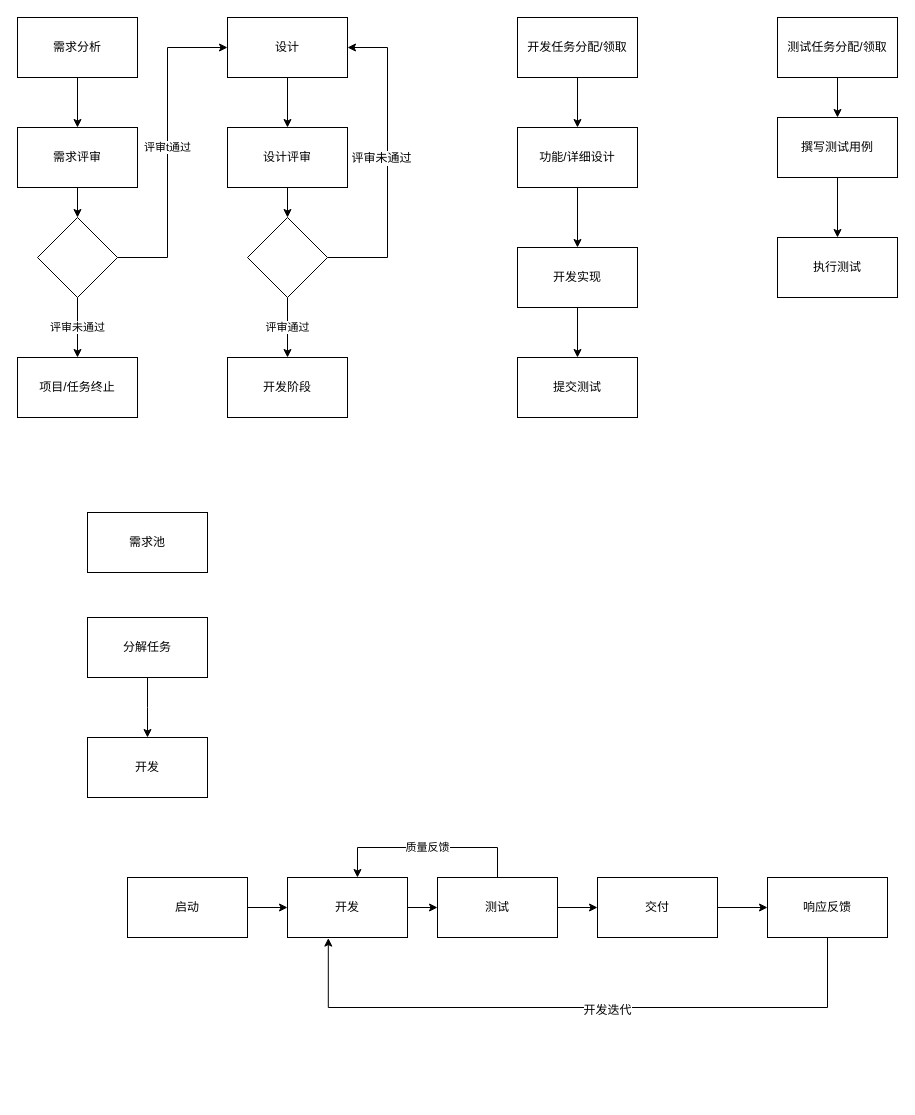
Earlier version of the draw.io diagram page "总体流程" (1 of 6) of 开发制度关键流程.drawio (mashifei/uml). Source tidied: cells renumbered, new cells numbered last; positions are measured from the earlier drawing's top-left corner, leaving out a move shared by most shapes. Both pictures are drawn from the tidied source at 100%, with x=0, y=0 at pixel (17, 17).
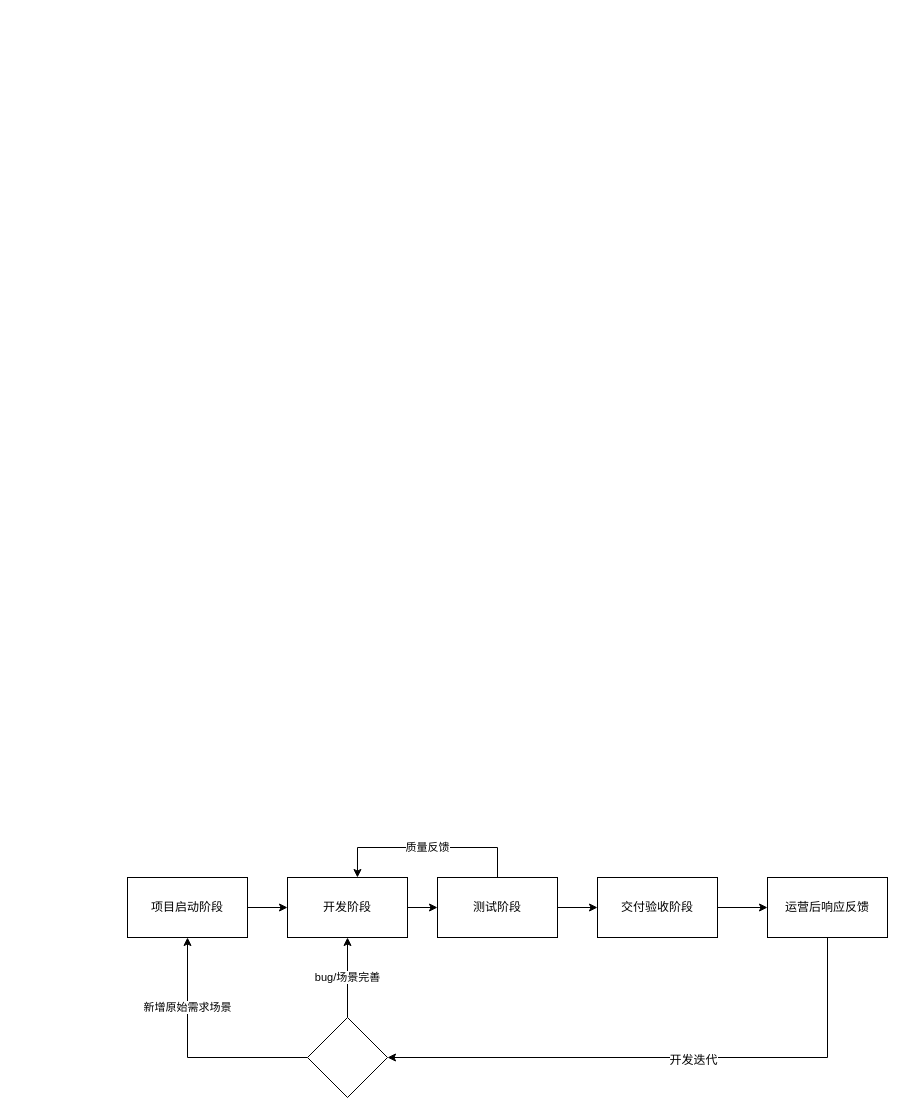
The same page after the edit.

Commit message (it also covers changes not shown here):
Update 开发制度关键流程.drawio

Change to the diagram source:
```diff
@@
-    <mxCell id="2" style="edgeStyle=orthogonalEdgeStyle;rounded=0;jettySize=auto;html=1;entryX=0.5;entryY=0;entryDx=0;entryDy=0;" parent="1" edge="1" source="3" target="13">
-      <mxGeometry relative="1" as="geometry" />
-    </mxCell>
-    <mxCell id="3" value="需求分析" style="rounded=0;whiteSpace=wrap;html=1;" parent="1" vertex="1">
-      <mxGeometry width="120" height="60" as="geometry" />
-    </mxCell>
-    <mxCell id="4" style="edgeStyle=orthogonalEdgeStyle;rounded=0;jettySize=auto;html=1;entryX=0.5;entryY=0;entryDx=0;entryDy=0;" parent="1" edge="1" source="5" target="7">
-      <mxGeometry relative="1" as="geometry" />
-    </mxCell>
-    <mxCell id="5" value="设计" style="rounded=0;whiteSpace=wrap;html=1;" parent="1" vertex="1">
-      <mxGeometry x="210" width="120" height="60" as="geometry" />
-    </mxCell>
-    <mxCell id="6" style="edgeStyle=orthogonalEdgeStyle;rounded=0;jettySize=auto;html=1;" parent="1" edge="1" source="7" target="11">
-      <mxGeometry relative="1" as="geometry" />
-    </mxCell>
-    <mxCell id="7" value="设计评审" style="rounded=0;whiteSpace=wrap;html=1;" parent="1" vertex="1">
-      <mxGeometry x="210" y="110" width="120" height="60" as="geometry" />
-    </mxCell>
-    <mxCell id="8" style="edgeStyle=orthogonalEdgeStyle;rounded=0;jettySize=auto;html=1;entryX=1;entryY=0.5;entryDx=0;entryDy=0;exitX=1;exitY=0.5;exitDx=0;exitDy=0;" parent="1" edge="1" source="11" target="5">
+    <mxCell id="8" style="edgeStyle=orthogonalEdgeStyle;rounded=0;orthogonalLoop=1;jettySize=auto;html=1;entryX=1;entryY=0.5;entryDx=0;entryDy=0;exitX=1;exitY=0.5;exitDx=0;exitDy=0;" parent="1" edge="1">
       <mxGeometry relative="1" as="geometry">
+        <mxPoint x="490" y="1215" as="sourcePoint" />
         <Array as="points">
-          <mxPoint x="370" y="240" />
-          <mxPoint x="370" y="30" />
+          <mxPoint x="550" y="1215" />
+          <mxPoint x="550" y="800" />
         </Array>
       </mxGeometry>
     </mxCell>
@@
-    <mxCell id="10" value="评审通过" style="edgeStyle=orthogonalEdgeStyle;rounded=0;jettySize=auto;html=1;entryX=0.5;entryY=0;entryDx=0;entryDy=0;" parent="1" edge="1" source="11" target="17">
-      <mxGeometry relative="1" as="geometry" />
-    </mxCell>
-    <mxCell id="11" style="rhombus;whiteSpace=wrap;html=1;" parent="1" vertex="1">
-      <mxGeometry x="230" y="200" width="80" height="80" as="geometry" />
-    </mxCell>
-    <mxCell id="12" style="edgeStyle=orthogonalEdgeStyle;rounded=0;jettySize=auto;html=1;" parent="1" edge="1" source="13" target="16">
-      <mxGeometry relative="1" as="geometry" />
-    </mxCell>
-    <mxCell id="13" value="需求评审" style="rounded=0;whiteSpace=wrap;html=1;" parent="1" vertex="1">
-      <mxGeometry y="110" width="120" height="60" as="geometry" />
-    </mxCell>
-    <mxCell id="14" value="评审未通过" style="edgeStyle=orthogonalEdgeStyle;rounded=0;jettySize=auto;html=1;entryX=0.5;entryY=0;entryDx=0;entryDy=0;" parent="1" edge="1" source="16" target="20">
-      <mxGeometry relative="1" as="geometry" />
-    </mxCell>
-    <mxCell id="15" value="评审t通过" style="edgeStyle=orthogonalEdgeStyle;rounded=0;jettySize=auto;html=1;entryX=0;entryY=0.5;entryDx=0;entryDy=0;" parent="1" edge="1" source="16" target="5">
-      <mxGeometry relative="1" as="geometry">
-        <Array as="points">
-          <mxPoint x="150" y="240" />
-          <mxPoint x="150" y="30" />
-        </Array>
-      </mxGeometry>
-    </mxCell>
-    <mxCell id="16" style="rhombus;whiteSpace=wrap;html=1;" parent="1" vertex="1">
-      <mxGeometry x="20" y="200" width="80" height="80" as="geometry" />
-    </mxCell>
-    <mxCell id="17" value="开发阶段" style="rounded=0;whiteSpace=wrap;html=1;" parent="1" vertex="1">
-      <mxGeometry x="210" y="340" width="120" height="60" as="geometry" />
-    </mxCell>
-    <mxCell id="18" style="edgeStyle=orthogonalEdgeStyle;rounded=0;jettySize=auto;html=1;entryX=0.5;entryY=0;entryDx=0;entryDy=0;" parent="1" edge="1" source="19" target="22">
-      <mxGeometry relative="1" as="geometry" />
-    </mxCell>
-    <mxCell id="19" value="开发任务分配/领取" style="rounded=0;whiteSpace=wrap;html=1;" parent="1" vertex="1">
-      <mxGeometry x="500" width="120" height="60" as="geometry" />
-    </mxCell>
-    <mxCell id="20" value="项目/任务终止" style="rounded=0;whiteSpace=wrap;html=1;" parent="1" vertex="1">
-      <mxGeometry y="340" width="120" height="60" as="geometry" />
-    </mxCell>
-    <mxCell id="21" style="edgeStyle=orthogonalEdgeStyle;rounded=0;jettySize=auto;html=1;entryX=0.5;entryY=0;entryDx=0;entryDy=0;" parent="1" edge="1" source="22" target="24">
-      <mxGeometry relative="1" as="geometry" />
-    </mxCell>
-    <mxCell id="22" value="功能/详细设计" style="rounded=0;whiteSpace=wrap;html=1;" parent="1" vertex="1">
-      <mxGeometry x="500" y="110" width="120" height="60" as="geometry" />
-    </mxCell>
-    <mxCell id="23" style="edgeStyle=orthogonalEdgeStyle;rounded=0;jettySize=auto;html=1;entryX=0.5;entryY=0;entryDx=0;entryDy=0;" parent="1" edge="1" source="24" target="25">
-      <mxGeometry relative="1" as="geometry" />
-    </mxCell>
-    <mxCell id="24" value="开发实现" style="rounded=0;whiteSpace=wrap;html=1;" parent="1" vertex="1">
-      <mxGeometry x="500" y="230" width="120" height="60" as="geometry" />
-    </mxCell>
-    <mxCell id="25" value="提交测试" style="rounded=0;whiteSpace=wrap;html=1;" parent="1" vertex="1">
-      <mxGeometry x="500" y="340" width="120" height="60" as="geometry" />
-    </mxCell>
-    <mxCell id="26" style="edgeStyle=orthogonalEdgeStyle;rounded=0;jettySize=auto;html=1;entryX=0.5;entryY=0;entryDx=0;entryDy=0;" parent="1" edge="1" source="27" target="29">
-      <mxGeometry relative="1" as="geometry" />
-    </mxCell>
-    <mxCell id="27" value="测试任务分配/领取" style="rounded=0;whiteSpace=wrap;html=1;" parent="1" vertex="1">
-      <mxGeometry x="760" width="120" height="60" as="geometry" />
-    </mxCell>
-    <mxCell id="28" style="edgeStyle=orthogonalEdgeStyle;rounded=0;jettySize=auto;html=1;entryX=0.5;entryY=0;entryDx=0;entryDy=0;" parent="1" edge="1" source="29" target="30">
-      <mxGeometry relative="1" as="geometry" />
-    </mxCell>
-    <mxCell id="29" value="撰写测试用例" style="rounded=0;whiteSpace=wrap;html=1;" parent="1" vertex="1">
-      <mxGeometry x="760" y="100" width="120" height="60" as="geometry" />
-    </mxCell>
-    <mxCell id="30" value="执行测试" style="rounded=0;whiteSpace=wrap;html=1;" parent="1" vertex="1">
-      <mxGeometry x="760" y="220" width="120" height="60" as="geometry" />
-    </mxCell>
-    <mxCell id="31" style="edgeStyle=orthogonalEdgeStyle;rounded=0;jettySize=auto;html=1;" parent="1" edge="1" source="32">
-      <mxGeometry relative="1" as="geometry">
-        <mxPoint x="130" y="720" as="targetPoint" />
-      </mxGeometry>
-    </mxCell>
-    <mxCell id="32" value="分解任务" style="rounded=0;whiteSpace=wrap;html=1;" parent="1" vertex="1">
-      <mxGeometry x="70" y="600" width="120" height="60" as="geometry" />
-    </mxCell>
-    <mxCell id="33" value="开发" style="rounded=0;whiteSpace=wrap;html=1;" parent="1" vertex="1">
-      <mxGeometry x="70" y="720" width="120" height="60" as="geometry" />
-    </mxCell>
-    <mxCell id="34" value="需求池" style="rounded=0;whiteSpace=wrap;html=1;" parent="1" vertex="1">
-      <mxGeometry x="70" y="495" width="120" height="60" as="geometry" />
-    </mxCell>
@@
-    <mxCell id="36" value="启动" style="rounded=0;whiteSpace=wrap;html=1;" parent="1" vertex="1">
+    <mxCell id="36" value="项目启动阶段" style="rounded=0;whiteSpace=wrap;html=1;" parent="1" vertex="1">
       <mxGeometry x="110" y="860" width="120" height="60" as="geometry" />
     </mxCell>
@@
-    <mxCell id="38" value="开发" style="rounded=0;whiteSpace=wrap;html=1;" parent="1" vertex="1">
+    <mxCell id="38" value="开发阶段" style="rounded=0;whiteSpace=wrap;html=1;" parent="1" vertex="1">
       <mxGeometry x="270" y="860" width="120" height="60" as="geometry" />
     </mxCell>
@@
-    <mxCell id="41" value="测试" style="rounded=0;whiteSpace=wrap;html=1;" parent="1" vertex="1">
+    <mxCell id="41" value="测试阶段" style="rounded=0;whiteSpace=wrap;html=1;" parent="1" vertex="1">
       <mxGeometry x="420" y="860" width="120" height="60" as="geometry" />
     </mxCell>
@@
-    <mxCell id="43" value="交付" style="rounded=0;whiteSpace=wrap;html=1;" parent="1" vertex="1">
+    <mxCell id="43" value="交付验收阶段" style="rounded=0;whiteSpace=wrap;html=1;" parent="1" vertex="1">
       <mxGeometry x="580" y="860" width="120" height="60" as="geometry" />
     </mxCell>
-    <mxCell id="44" style="edgeStyle=orthogonalEdgeStyle;rounded=0;jettySize=auto;html=1;entryX=0.34;entryY=1.01;entryDx=0;entryDy=0;entryPerimeter=0;" parent="1" edge="1" source="46" target="38">
+    <mxCell id="44" style="edgeStyle=orthogonalEdgeStyle;rounded=0;jettySize=auto;html=1;entryX=1;entryY=0.5;entryDx=0;entryDy=0;" parent="1" edge="1" source="46" target="49">
       <mxGeometry relative="1" as="geometry">
         <Array as="points">
-          <mxPoint x="810" y="990" />
-          <mxPoint x="311" y="990" />
+          <mxPoint x="810" y="1040" />
         </Array>
       </mxGeometry>
     </mxCell>
@@
-    <mxCell id="46" value="响应反馈" style="rounded=0;whiteSpace=wrap;html=1;" parent="1" vertex="1">
+    <mxCell id="46" value="运营后响应反馈" style="rounded=0;whiteSpace=wrap;html=1;" parent="1" vertex="1">
       <mxGeometry x="750" y="860" width="120" height="60" as="geometry" />
     </mxCell>
+    <mxCell id="47" value="bug/场景完善" style="edgeStyle=orthogonalEdgeStyle;rounded=0;jettySize=auto;html=1;entryX=0.5;entryY=1;entryDx=0;entryDy=0;" parent="1" edge="1" source="49" target="38">
+      <mxGeometry relative="1" as="geometry" />
+    </mxCell>
+    <mxCell id="48" value="新增原始需求场景" style="edgeStyle=orthogonalEdgeStyle;rounded=0;jettySize=auto;html=1;entryX=0.5;entryY=1;entryDx=0;entryDy=0;" parent="1" edge="1" source="49" target="36">
+      <mxGeometry x="0.42" relative="1" as="geometry" />
+    </mxCell>
+    <mxCell id="49" style="rhombus;whiteSpace=wrap;html=1;" parent="1" vertex="1">
+      <mxGeometry x="290" y="1000" width="80" height="80" as="geometry" />
+    </mxCell>
```
